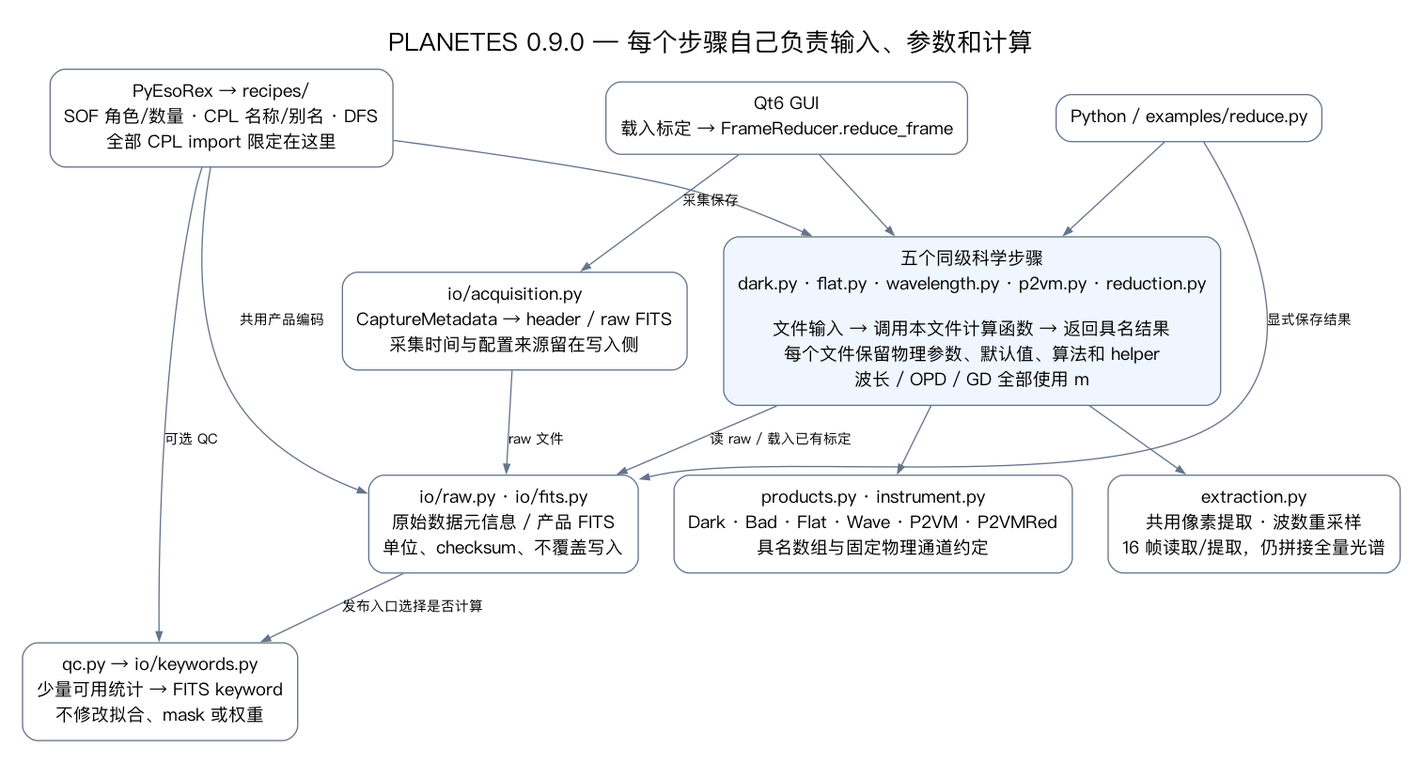
This is docs/architecture.png from zexwu/planetes_pipe, a Graphviz export, as it was before one commit. Its source is kept beside it as docs/architecture.dot.
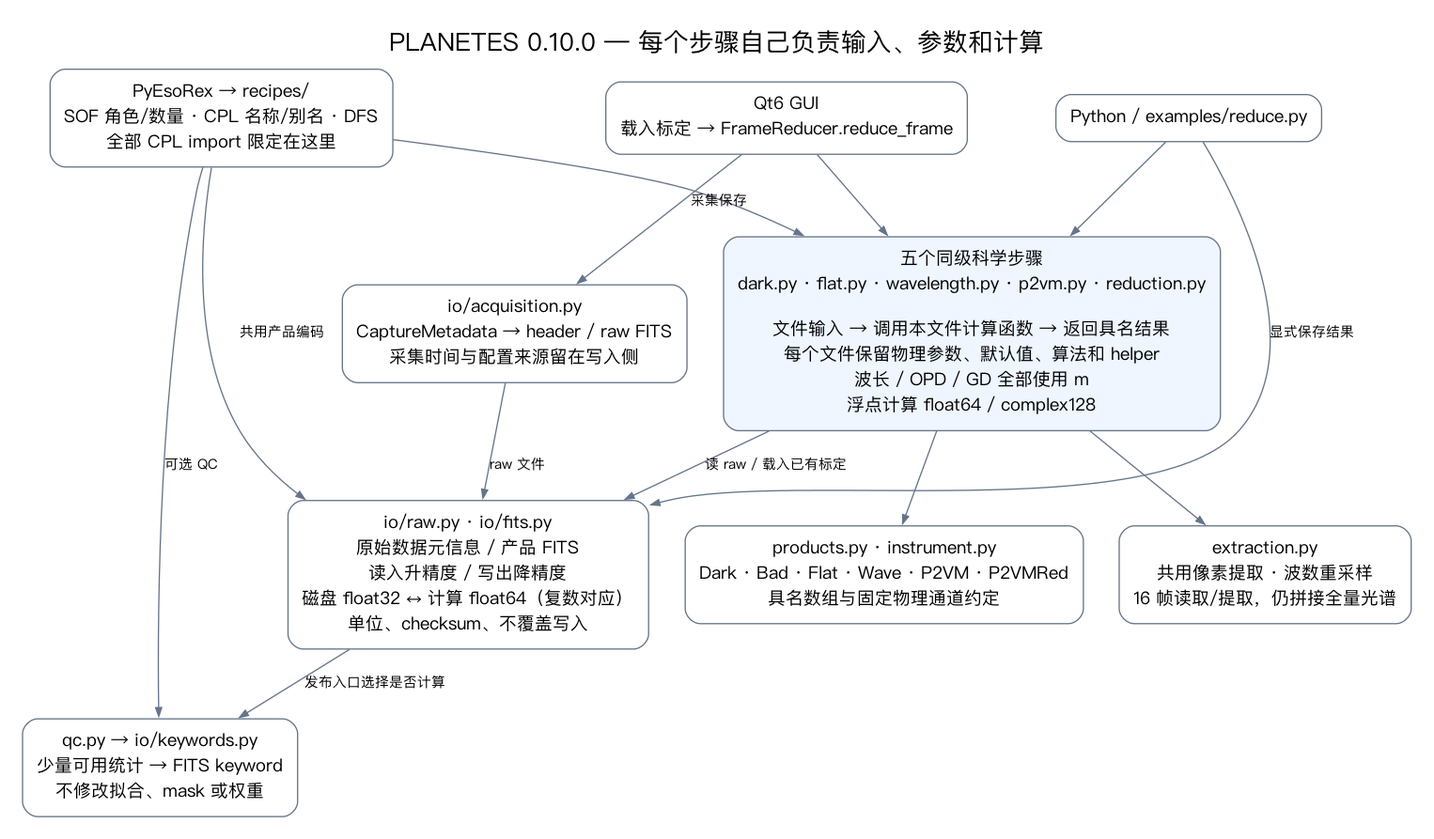
After the change.

Diff of the diagram source:
```diff
@@ -1,13 +1,13 @@
 digraph Architecture {
-  graph [rankdir=TB, bgcolor="white", pad=0.25, nodesep=0.4, ranksep=0.55, fontname="PingFang SC", fontsize=20, label="PLANETES 0.9.0 — 每个步骤自己负责输入、参数和计算", labelloc=t];
+  graph [rankdir=TB, bgcolor="white", pad=0.25, nodesep=0.4, ranksep=0.55, fontname="PingFang SC", fontsize=20, label="PLANETES 0.10.0 — 每个步骤自己负责输入、参数和计算", labelloc=t];
   node [shape=box, style="rounded", fontname="PingFang SC", fontsize=14, color="#64748b", margin="0.16,0.12"];
   edge [fontname="PingFang SC", fontsize=11, color="#64748b", arrowsize=0.7];
   python [label="Python / examples/reduce.py"];
   recipes [label="PyEsoRex → recipes/\nSOF 角色/数量 · CPL 名称/别名 · DFS\n全部 CPL import 限定在这里"];
   gui [label="Qt6 GUI\n载入标定 → FrameReducer.reduce_frame"];
-  steps [label="五个同级科学步骤\ndark.py · flat.py · wavelength.py · p2vm.py · reduction.py\n\n文件输入 → 调用本文件计算函数 → 返回具名结果\n每个文件保留物理参数、默认值、算法和 helper\n波长 / OPD / GD 全部使用 m", style="rounded,filled", fillcolor="#eff6ff"];
+  steps [label="五个同级科学步骤\ndark.py · flat.py · wavelength.py · p2vm.py · reduction.py\n\n文件输入 → 调用本文件计算函数 → 返回具名结果\n每个文件保留物理参数、默认值、算法和 helper\n波长 / OPD / GD 全部使用 m\n浮点计算 float64 / complex128", style="rounded,filled", fillcolor="#eff6ff"];
   extraction [label="extraction.py\n共用像素提取 · 波数重采样\n16 帧读取/提取，仍拼接全量光谱"];
-  io [label="io/raw.py · io/fits.py\n原始数据元信息 / 产品 FITS\n单位、checksum、不覆盖写入"];
+  io [label="io/raw.py · io/fits.py\n原始数据元信息 / 产品 FITS\n读入升精度 / 写出降精度\n磁盘 float32 ↔ 计算 float64（复数对应）\n单位、checksum、不覆盖写入"];
   acquisition [label="io/acquisition.py\nCaptureMetadata → header / raw FITS\n采集时间与配置来源留在写入侧"];
   products [label="products.py · instrument.py\nDark · Bad · Flat · Wave · P2VM · P2VMRed\n具名数组与固定物理通道约定"];
   qc [label="qc.py → io/keywords.py\n少量可用统计 → FITS keyword\n不修改拟合、mask 或权重"];
```
